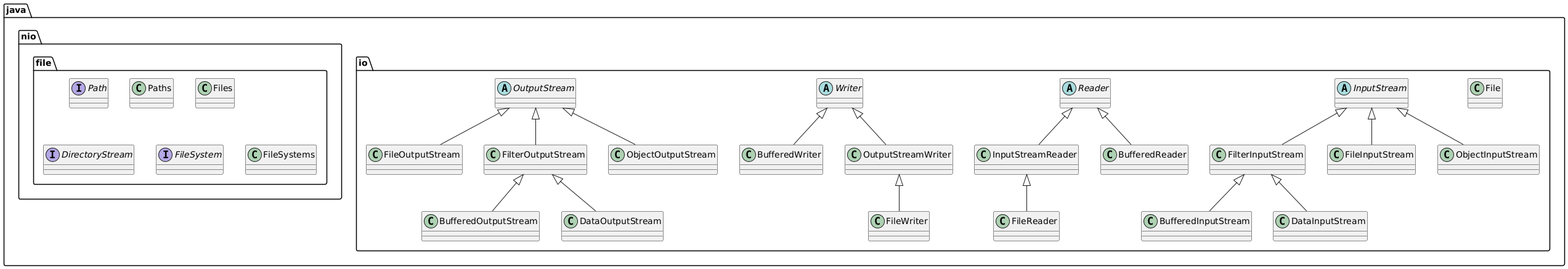
This is lectures/examples/12-file/doc/file-names.png from caioamorim7/poo, a PlantUML export, as it was before one commit.
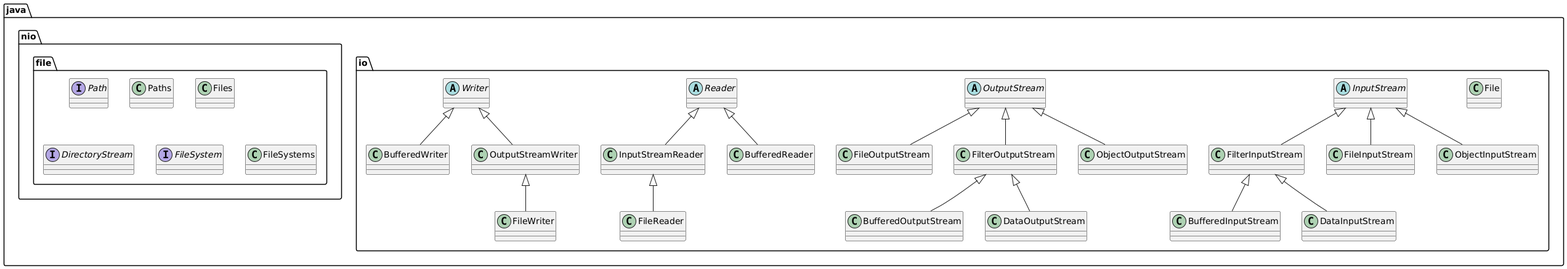
The same file after the commit.

Change to the diagram source:
```diff
@@ -1,4 +1,4 @@
-@startuml
+@startuml file-names
 skinparam classAttributeIconSize 0
 
 
@@ -14,6 +14,14 @@
     class FileInputStream extends InputStream
     class ObjectInputStream extends InputStream
 
+    abstract class OutputStream
+
+    class FileOutputStream extends OutputStream
+    class FilterOutputStream extends OutputStream
+    class BufferedOutputStream extends FilterOutputStream
+    class DataOutputStream extends FilterOutputStream
+    class ObjectOutputStream extends OutputStream
+
     abstract class Reader
 
     class InputStreamReader extends Reader
@@ -26,13 +34,6 @@
     class OutputStreamWriter extends Writer
     class FileWriter extends OutputStreamWriter
 
-    abstract class OutputStream
-
-    class FileOutputStream extends OutputStream
-    class FilterOutputStream extends OutputStream
-    class BufferedOutputStream extends FilterOutputStream
-    class DataOutputStream extends FilterOutputStream
-    class ObjectOutputStream extends OutputStream
 }
 
 package "java.nio.file" {
```
